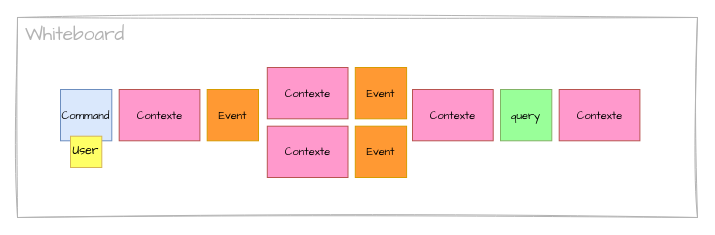
mauvaisetroupe/architech keeps this draw.io diagram as page "Nick Tune" (12 of 12) of content/en/knowledgebase/ddd-eventstorming/eventstorming.drawio. Above is the earlier version. Source tidied: cells renumbered, new cells numbered last; positions are measured from the earlier drawing's top-left corner, leaving out a move shared by most shapes. Both pictures are drawn from the tidied source at 100%, with x=0, y=0 at pixel (17, 17).
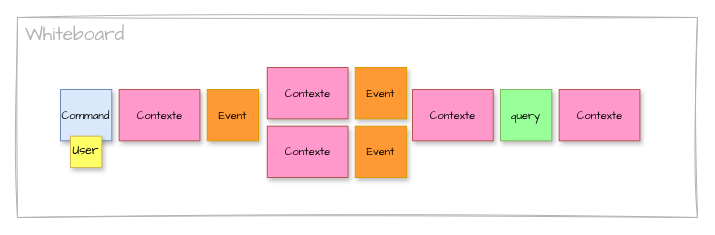
The same diagram, later.

The edit, as a diff of the source:
```diff
@@
 <mxGraphModel>
   <root>
     <mxCell id="0" />
     <mxCell id="1" parent="0" />
     <mxCell id="2" style="rounded=0;whiteSpace=wrap;html=1;sketch=1;hachureGap=4;jiggle=2;curveFitting=1;fontFamily=Architects Daughter;strokeColor=#B3B3B3;" parent="1" vertex="1">
       <mxGeometry width="680" height="200" as="geometry" />
     </mxCell>
     <mxCell id="3" value="&lt;span style=&quot;font-family: &amp;quot;Architects Daughter&amp;quot;; font-size: 19px; font-style: normal; font-variant-ligatures: normal; font-variant-caps: normal; font-weight: 400; letter-spacing: normal; orphans: 2; text-align: center; text-indent: 0px; text-transform: none; widows: 2; word-spacing: 0px; -webkit-text-stroke-width: 0px; white-space: nowrap; background-color: rgb(255, 255, 255); text-decoration-thickness: initial; text-decoration-style: initial; text-decoration-color: initial; float: none; display: inline !important;&quot;&gt;Whiteboard&lt;/span&gt;" style="text;whiteSpace=wrap;html=1;fontFamily=Architects Daughter;fontColor=#B3B3B3;" parent="1" vertex="1">
       <mxGeometry x="6" width="88" height="27" as="geometry" />
     </mxCell>
-    <mxCell id="4" value="Command" style="whiteSpace=wrap;html=1;hachureGap=4;fontFamily=Architects Daughter;fillColor=#dae8fc;strokeColor=#6c8ebf;spacingTop=2;spacingLeft=2;spacingBottom=2;spacingRight=2;align=center;verticalAlign=middle;fontSize=11;flipH=0;flipV=1;" parent="1" vertex="1">
+    <mxCell id="4" value="Command" style="whiteSpace=wrap;html=1;hachureGap=4;fontFamily=Architects Daughter;fillColor=#dae8fc;strokeColor=#6c8ebf;spacingTop=2;spacingLeft=2;spacingBottom=2;spacingRight=2;align=center;verticalAlign=middle;fontSize=11;flipH=0;flipV=1;shadow=1;" parent="1" vertex="1">
       <mxGeometry x="43" y="72" width="51.3" height="51.3" as="geometry" />
     </mxCell>
-    <mxCell id="5" value="query" style="whiteSpace=wrap;html=1;hachureGap=4;fontFamily=Architects Daughter;fillColor=#99FF99;strokeColor=#82b366;spacingTop=2;spacingLeft=2;spacingBottom=2;spacingRight=2;flipH=0;flipV=1;fontSize=11;" parent="1" vertex="1">
+    <mxCell id="5" value="query" style="whiteSpace=wrap;html=1;hachureGap=4;fontFamily=Architects Daughter;fillColor=#99FF99;strokeColor=#82b366;spacingTop=2;spacingLeft=2;spacingBottom=2;spacingRight=2;flipH=0;flipV=1;fontSize=11;shadow=1;" parent="1" vertex="1">
       <mxGeometry x="483" y="72" width="51.3" height="51.3" as="geometry" />
     </mxCell>
-    <mxCell id="6" value="Contexte" style="whiteSpace=wrap;html=1;hachureGap=4;fontFamily=Architects Daughter;fillColor=#FF99CC;strokeColor=#b85450;spacingTop=2;spacingLeft=2;spacingBottom=2;spacingRight=2;fontSize=11;" parent="1" vertex="1">
+    <mxCell id="6" value="Contexte" style="whiteSpace=wrap;html=1;hachureGap=4;fontFamily=Architects Daughter;fillColor=#FF99CC;strokeColor=#b85450;spacingTop=2;spacingLeft=2;spacingBottom=2;spacingRight=2;fontSize=11;shadow=1;" parent="1" vertex="1">
       <mxGeometry x="101.7" y="72" width="80.7" height="51.3" as="geometry" />
     </mxCell>
-    <mxCell id="7" value="Event" style="whiteSpace=wrap;html=1;hachureGap=4;fontFamily=Architects Daughter;fillColor=#FF9933;strokeColor=#d79b00;spacingTop=2;spacingLeft=2;spacingBottom=2;spacingRight=2;fontSize=11;" parent="1" vertex="1">
+    <mxCell id="7" value="Event" style="whiteSpace=wrap;html=1;hachureGap=4;fontFamily=Architects Daughter;fillColor=#FF9933;strokeColor=#d79b00;spacingTop=2;spacingLeft=2;spacingBottom=2;spacingRight=2;fontSize=11;shadow=1;" parent="1" vertex="1">
       <mxGeometry x="189.7" y="72" width="51.3" height="51.3" as="geometry" />
     </mxCell>
-    <mxCell id="8" value="Contexte" style="whiteSpace=wrap;html=1;hachureGap=4;fontFamily=Architects Daughter;fillColor=#FF99CC;strokeColor=#b85450;spacingTop=2;spacingLeft=2;spacingBottom=2;spacingRight=2;fontSize=11;" parent="1" vertex="1">
+    <mxCell id="8" value="Contexte" style="whiteSpace=wrap;html=1;hachureGap=4;fontFamily=Architects Daughter;fillColor=#FF99CC;strokeColor=#b85450;spacingTop=2;spacingLeft=2;spacingBottom=2;spacingRight=2;fontSize=11;shadow=1;" parent="1" vertex="1">
       <mxGeometry x="249.8" y="108.7" width="80.7" height="51.3" as="geometry" />
     </mxCell>
-    <mxCell id="9" value="Contexte" style="whiteSpace=wrap;html=1;hachureGap=4;fontFamily=Architects Daughter;fillColor=#FF99CC;strokeColor=#b85450;spacingTop=2;spacingLeft=2;spacingBottom=2;spacingRight=2;fontSize=11;" parent="1" vertex="1">
+    <mxCell id="9" value="Contexte" style="whiteSpace=wrap;html=1;hachureGap=4;fontFamily=Architects Daughter;fillColor=#FF99CC;strokeColor=#b85450;spacingTop=2;spacingLeft=2;spacingBottom=2;spacingRight=2;fontSize=11;shadow=1;" parent="1" vertex="1">
       <mxGeometry x="249.8" y="50" width="80.7" height="51.3" as="geometry" />
     </mxCell>
-    <mxCell id="10" value="Event" style="whiteSpace=wrap;html=1;hachureGap=4;fontFamily=Architects Daughter;fillColor=#FF9933;strokeColor=#d79b00;spacingTop=2;spacingLeft=2;spacingBottom=2;spacingRight=2;fontSize=11;" parent="1" vertex="1">
+    <mxCell id="10" value="Event" style="whiteSpace=wrap;html=1;hachureGap=4;fontFamily=Architects Daughter;fillColor=#FF9933;strokeColor=#d79b00;spacingTop=2;spacingLeft=2;spacingBottom=2;spacingRight=2;fontSize=11;shadow=1;" parent="1" vertex="1">
       <mxGeometry x="337.8" y="108.7" width="51.3" height="51.3" as="geometry" />
     </mxCell>
-    <mxCell id="11" value="Event" style="whiteSpace=wrap;html=1;hachureGap=4;fontFamily=Architects Daughter;fillColor=#FF9933;strokeColor=#d79b00;spacingTop=2;spacingLeft=2;spacingBottom=2;spacingRight=2;fontSize=11;" parent="1" vertex="1">
+    <mxCell id="11" value="Event" style="whiteSpace=wrap;html=1;hachureGap=4;fontFamily=Architects Daughter;fillColor=#FF9933;strokeColor=#d79b00;spacingTop=2;spacingLeft=2;spacingBottom=2;spacingRight=2;fontSize=11;shadow=1;" parent="1" vertex="1">
       <mxGeometry x="337.8" y="50" width="51.3" height="51.3" as="geometry" />
     </mxCell>
-    <mxCell id="12" value="Contexte" style="whiteSpace=wrap;html=1;hachureGap=4;fontFamily=Architects Daughter;fillColor=#FF99CC;strokeColor=#b85450;spacingTop=2;spacingLeft=2;spacingBottom=2;spacingRight=2;fontSize=11;" parent="1" vertex="1">
+    <mxCell id="12" value="Contexte" style="whiteSpace=wrap;html=1;hachureGap=4;fontFamily=Architects Daughter;fillColor=#FF99CC;strokeColor=#b85450;spacingTop=2;spacingLeft=2;spacingBottom=2;spacingRight=2;fontSize=11;shadow=1;" parent="1" vertex="1">
       <mxGeometry x="395" y="72" width="80.7" height="51.3" as="geometry" />
     </mxCell>
-    <mxCell id="13" value="Contexte" style="whiteSpace=wrap;html=1;hachureGap=4;fontFamily=Architects Daughter;fillColor=#FF99CC;strokeColor=#b85450;spacingTop=2;spacingLeft=2;spacingBottom=2;spacingRight=2;fontSize=11;" parent="1" vertex="1">
+    <mxCell id="13" value="Contexte" style="whiteSpace=wrap;html=1;hachureGap=4;fontFamily=Architects Daughter;fillColor=#FF99CC;strokeColor=#b85450;spacingTop=2;spacingLeft=2;spacingBottom=2;spacingRight=2;fontSize=11;shadow=1;" parent="1" vertex="1">
       <mxGeometry x="541.7" y="72" width="80.7" height="51.3" as="geometry" />
     </mxCell>
-    <mxCell id="14" value="User" style="whiteSpace=wrap;html=1;hachureGap=4;fontFamily=Architects Daughter;fillColor=#FFFF66;strokeColor=#d6b656;spacingTop=2;spacingLeft=2;spacingBottom=2;spacingRight=2;fontSize=12;" parent="1" vertex="1">
+    <mxCell id="14" value="User" style="whiteSpace=wrap;html=1;hachureGap=4;fontFamily=Architects Daughter;fillColor=#FFFF66;strokeColor=#d6b656;spacingTop=2;spacingLeft=2;spacingBottom=2;spacingRight=2;fontSize=12;shadow=1;" parent="1" vertex="1">
       <mxGeometry x="53" y="118.7" width="31.3" height="31.3" as="geometry" />
     </mxCell>
   </root>
 </mxGraphModel>
```
